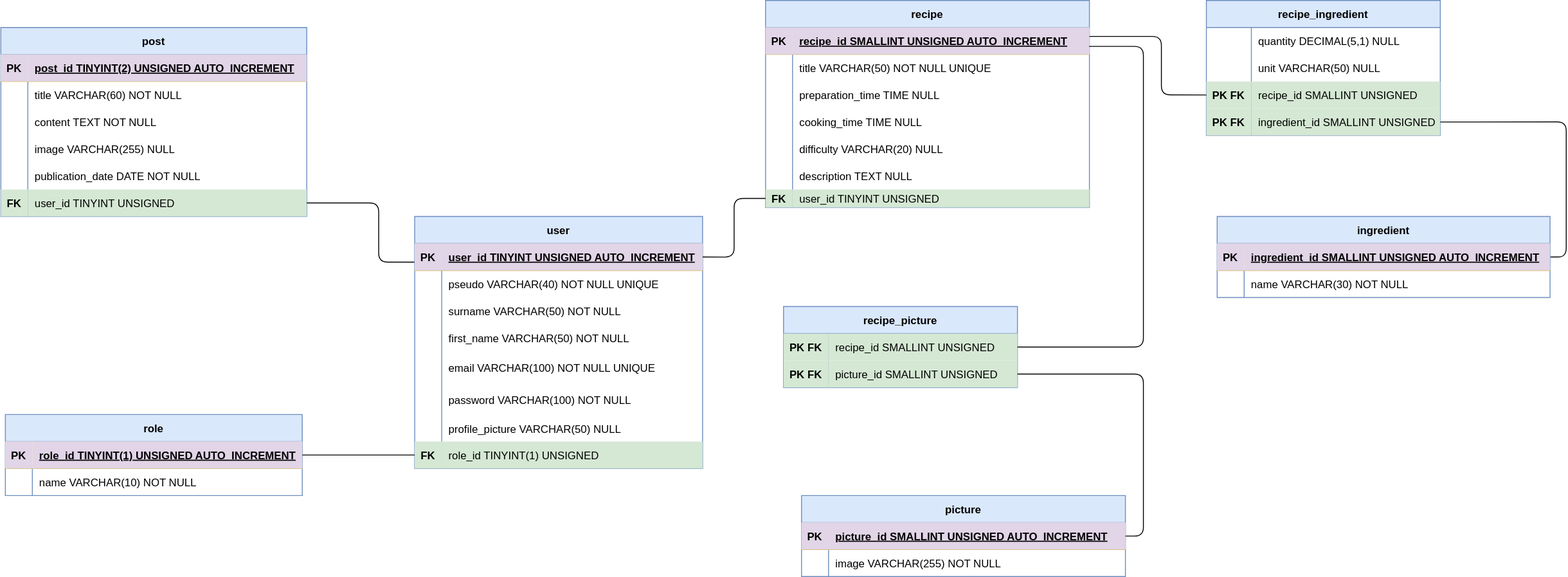
The draw.io diagram code/server/merise/MPD_le_reseau_des_gourmets.drawio.svg in TigerSnowy/le_reseau_des_gourmets, before a commit. Source tidied: cells renumbered, new cells last; positions are measured from the earlier drawing's top-left corner, leaving out a move shared by most shapes.
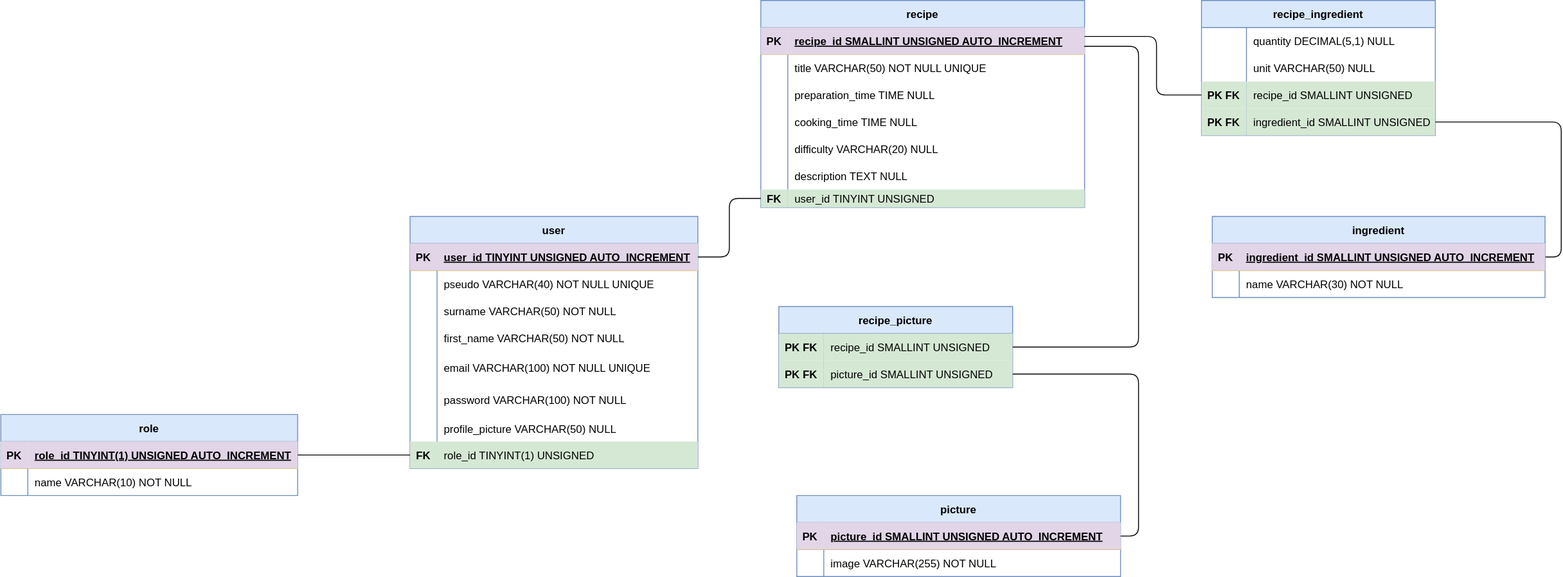
Above is the later version.

The edit, as a diff of the source:
```diff
@@ -143,78 +143,9 @@
     <mxCell id="48" value="user_id TINYINT UNSIGNED" style="shape=partialRectangle;fillColor=#d5e8d4;top=0;left=0;bottom=0;right=0;align=left;spacingLeft=6;overflow=hidden;strokeColor=#82b366;" parent="46" vertex="1">
       <mxGeometry x="30" width="330" height="20" as="geometry" />
     </mxCell>
-    <mxCell id="49" value="post" style="shape=table;startSize=30;rowLines=0;fontStyle=1;align=center;swimlaneFillColor=default;fillColor=#dae8fc;strokeColor=#6c8ebf;" parent="1" vertex="1">
-      <mxGeometry y="30" width="340" height="210" as="geometry" />
-    </mxCell>
-    <mxCell id="50" style="shape=tableRow;horizontal=0;startSize=0;swimlaneHead=0;swimlaneBody=0;fillColor=#fff2cc;top=0;left=0;right=0;bottom=1;strokeColor=#d6b656;" parent="49" vertex="1">
-      <mxGeometry y="30" width="340" height="30" as="geometry" />
-    </mxCell>
-    <mxCell id="51" value="PK" style="shape=partialRectangle;fillColor=#e1d5e7;top=0;left=0;bottom=0;right=0;fontStyle=1;overflow=hidden;strokeColor=#9673a6;" parent="50" vertex="1">
-      <mxGeometry width="30" height="30" as="geometry" />
-    </mxCell>
-    <mxCell id="52" value="post_id TINYINT(2) UNSIGNED AUTO_INCREMENT" style="shape=partialRectangle;fillColor=#e1d5e7;top=0;left=0;bottom=0;right=0;align=left;spacingLeft=6;fontStyle=5;overflow=hidden;strokeColor=#9673a6;" parent="50" vertex="1">
-      <mxGeometry x="30" width="310" height="30" as="geometry" />
-    </mxCell>
-    <mxCell id="53" style="shape=tableRow;horizontal=0;startSize=0;swimlaneHead=0;swimlaneBody=0;fillColor=none;top=0;left=0;right=0;bottom=0;" parent="49" vertex="1">
-      <mxGeometry y="60" width="340" height="30" as="geometry" />
-    </mxCell>
-    <mxCell id="54" style="shape=partialRectangle;fillColor=none;top=0;left=0;bottom=0;right=0;overflow=hidden;" parent="53" vertex="1">
-      <mxGeometry width="30" height="30" as="geometry" />
-    </mxCell>
-    <mxCell id="55" value="title VARCHAR(60) NOT NULL" style="shape=partialRectangle;fillColor=none;top=0;left=0;bottom=0;right=0;align=left;spacingLeft=6;overflow=hidden;" parent="53" vertex="1">
-      <mxGeometry x="30" width="310" height="30" as="geometry" />
-    </mxCell>
-    <mxCell id="56" style="shape=tableRow;horizontal=0;startSize=0;swimlaneHead=0;swimlaneBody=0;fillColor=none;top=0;left=0;right=0;bottom=0;" parent="49" vertex="1">
-      <mxGeometry y="90" width="340" height="30" as="geometry" />
-    </mxCell>
-    <mxCell id="57" style="shape=partialRectangle;fillColor=none;top=0;left=0;bottom=0;right=0;overflow=hidden;" parent="56" vertex="1">
-      <mxGeometry width="30" height="30" as="geometry" />
-    </mxCell>
-    <mxCell id="58" value="content TEXT NOT NULL" style="shape=partialRectangle;fillColor=none;top=0;left=0;bottom=0;right=0;align=left;spacingLeft=6;overflow=hidden;" parent="56" vertex="1">
-      <mxGeometry x="30" width="310" height="30" as="geometry" />
-    </mxCell>
-    <mxCell id="59" style="shape=tableRow;horizontal=0;startSize=0;swimlaneHead=0;swimlaneBody=0;fillColor=none;top=0;left=0;right=0;bottom=0;" parent="49" vertex="1">
-      <mxGeometry y="120" width="340" height="30" as="geometry" />
-    </mxCell>
-    <mxCell id="60" style="shape=partialRectangle;fillColor=none;top=0;left=0;bottom=0;right=0;overflow=hidden;" parent="59" vertex="1">
-      <mxGeometry width="30" height="30" as="geometry" />
-    </mxCell>
-    <mxCell id="61" value="image VARCHAR(255) NULL" style="shape=partialRectangle;fillColor=none;top=0;left=0;bottom=0;right=0;align=left;spacingLeft=6;overflow=hidden;" parent="59" vertex="1">
-      <mxGeometry x="30" width="310" height="30" as="geometry" />
-    </mxCell>
-    <mxCell id="62" style="shape=tableRow;horizontal=0;startSize=0;swimlaneHead=0;swimlaneBody=0;fillColor=none;top=0;left=0;right=0;bottom=0;" parent="49" vertex="1">
-      <mxGeometry y="150" width="340" height="30" as="geometry" />
-    </mxCell>
-    <mxCell id="63" style="shape=partialRectangle;fillColor=none;top=0;left=0;bottom=0;right=0;overflow=hidden;" parent="62" vertex="1">
-      <mxGeometry width="30" height="30" as="geometry" />
-    </mxCell>
-    <mxCell id="64" value="publication_date DATE NOT NULL" style="shape=partialRectangle;fillColor=none;top=0;left=0;bottom=0;right=0;align=left;spacingLeft=6;overflow=hidden;" parent="62" vertex="1">
-      <mxGeometry x="30" width="310" height="30" as="geometry" />
-    </mxCell>
-    <mxCell id="65" style="shape=tableRow;horizontal=0;startSize=0;swimlaneHead=0;swimlaneBody=0;fillColor=none;points=[[0,0.5],[1,0.5]];portConstraint=eastwest;top=0;left=0;right=0;bottom=0;" parent="49" vertex="1">
-      <mxGeometry y="180" width="340" height="30" as="geometry" />
-    </mxCell>
-    <mxCell id="66" value="FK" style="shape=partialRectangle;fillColor=#d5e8d4;top=0;left=0;bottom=0;right=0;overflow=hidden;strokeColor=#82b366;fontStyle=1;" parent="65" vertex="1">
-      <mxGeometry width="30" height="30" as="geometry" />
-    </mxCell>
-    <mxCell id="67" value="user_id TINYINT UNSIGNED" style="shape=partialRectangle;fillColor=#d5e8d4;top=0;left=0;bottom=0;right=0;align=left;spacingLeft=6;overflow=hidden;strokeColor=#82b366;" parent="65" vertex="1">
-      <mxGeometry x="30" width="310" height="30" as="geometry" />
-    </mxCell>
     <mxCell id="68" style="edgeStyle=orthogonalEdgeStyle;html=1;entryX=0;entryY=0.5;entryDx=0;entryDy=0;exitX=1;exitY=0.5;exitDx=0;exitDy=0;endArrow=none;endFill=0;" parent="1" edge="1" source="3" target="46">
       <mxGeometry relative="1" as="geometry" />
     </mxCell>
-    <mxCell id="69" style="edgeStyle=elbowEdgeStyle;html=1;endArrow=none;endFill=0;exitX=-0.001;exitY=0.689;exitDx=0;exitDy=0;exitPerimeter=0;entryX=1;entryY=0.5;entryDx=0;entryDy=0;" parent="1" edge="1" source="3" target="65">
-      <mxGeometry relative="1" as="geometry">
-        <Array as="points">
-          <mxPoint x="420" y="290" />
-          <mxPoint x="420.6" y="420.6" />
-          <mxPoint x="450.6" y="426.6" />
-          <mxPoint x="460.6" y="446.6" />
-          <mxPoint x="570.6" y="420.6" />
-          <mxPoint x="570.6" y="390.6" />
-        </Array>
-      </mxGeometry>
-    </mxCell>
     <mxCell id="70" value="role" style="shape=table;startSize=30;rowLines=0;fontStyle=1;align=center;swimlaneFillColor=default;fillColor=#dae8fc;strokeColor=#6c8ebf;" parent="1" vertex="1">
       <mxGeometry x="5" y="460" width="330" height="90" as="geometry" />
     </mxCell>
```
